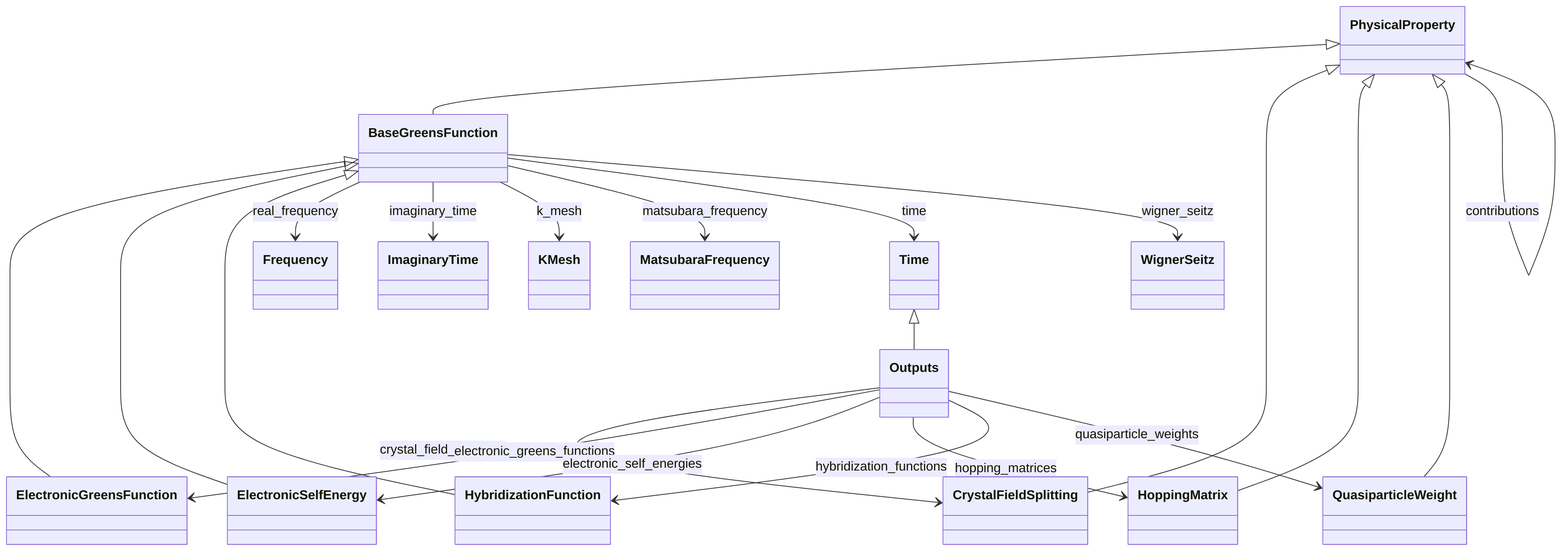
This is docs/assets/diagrams/manybody_properties_0.png from FAIRmat-NFDI/nomad-simulations, a Mermaid export, as it was before one commit. Its source is kept beside it as docs/assets/diagrams/manybody_properties_0.png.mmd.
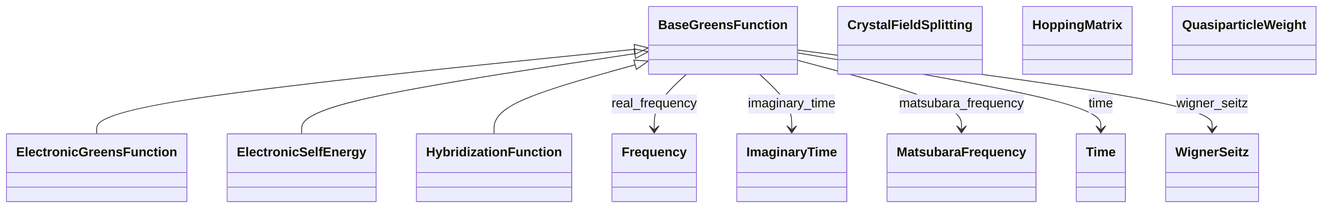
After the change.

The edit, as a diff of the source:
```diff
@@ -7,31 +7,15 @@
     class HoppingMatrix
     class HybridizationFunction
     class ImaginaryTime
-    class KMesh
     class MatsubaraFrequency
-    class Outputs
-    class PhysicalProperty
     class QuasiparticleWeight
     class Time
     class WignerSeitz
-    PhysicalProperty <|-- BaseGreensFunction
-    PhysicalProperty <|-- CrystalFieldSplitting
     BaseGreensFunction <|-- ElectronicGreensFunction
     BaseGreensFunction <|-- ElectronicSelfEnergy
-    PhysicalProperty <|-- HoppingMatrix
     BaseGreensFunction <|-- HybridizationFunction
-    Time <|-- Outputs
-    PhysicalProperty <|-- QuasiparticleWeight
     BaseGreensFunction --> Frequency : real_frequency
     BaseGreensFunction --> ImaginaryTime : imaginary_time
-    BaseGreensFunction --> KMesh : k_mesh
     BaseGreensFunction --> MatsubaraFrequency : matsubara_frequency
     BaseGreensFunction --> Time : time
     BaseGreensFunction --> WignerSeitz : wigner_seitz
-    Outputs --> CrystalFieldSplitting : crystal_field_splittings
-    Outputs --> ElectronicGreensFunction : electronic_greens_functions
-    Outputs --> ElectronicSelfEnergy : electronic_self_energies
-    Outputs --> HoppingMatrix : hopping_matrices
-    Outputs --> HybridizationFunction : hybridization_functions
-    Outputs --> QuasiparticleWeight : quasiparticle_weights
-    PhysicalProperty --> PhysicalProperty : contributions
```
